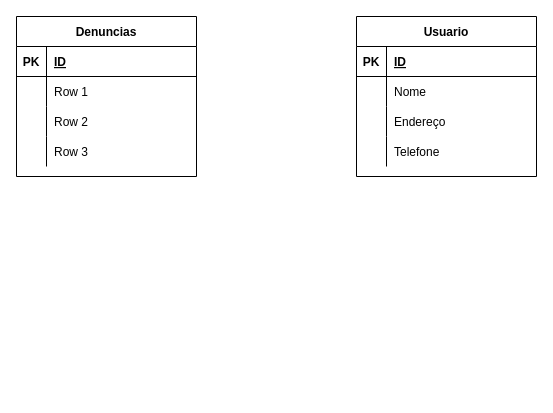
This is Untitled Diagram.drawio from michaelsanguinete/CompassFinalProject, a draw.io file, before an edit. Source tidied: cells renumbered, new cells numbered last; positions are measured from the earlier drawing's top-left corner, leaving out a move shared by most shapes. Both pictures are drawn from the tidied source at 100%, with x=0, y=0 at pixel (16, 16).
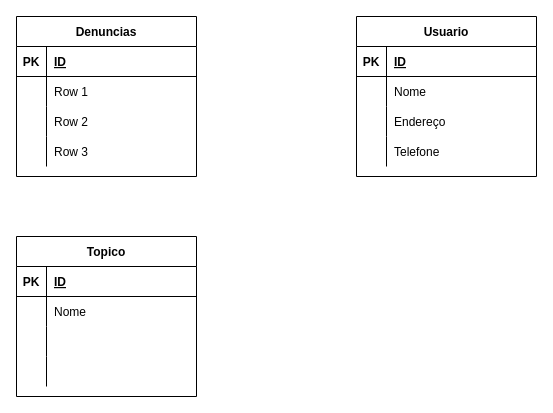
After the change.

The edit, as a diff of the source:
```diff
@@
+    <mxCell id="28" value="Topico" style="shape=table;startSize=30;childLayout=tableLayout;rowLines=0;fontStyle=1;align=center;" parent="1" vertex="1">
+      <mxGeometry y="220" width="180" height="160" as="geometry" />
+    </mxCell>
+    <mxCell id="29" style="shape=partialRectangle;fillColor=none;top=0;left=0;bottom=1;right=0;" parent="28" vertex="1">
+      <mxGeometry y="30" width="180" height="30" as="geometry" />
+    </mxCell>
+    <mxCell id="30" value="PK" style="shape=partialRectangle;fillColor=none;top=0;left=0;bottom=0;right=0;fontStyle=1;overflow=hidden;" parent="29" vertex="1">
+      <mxGeometry width="30" height="30" as="geometry" />
+    </mxCell>
+    <mxCell id="31" value="ID" style="shape=partialRectangle;fillColor=none;top=0;left=0;bottom=0;right=0;align=left;spacingLeft=6;fontStyle=5;overflow=hidden;" parent="29" vertex="1">
+      <mxGeometry x="30" width="150" height="30" as="geometry" />
+    </mxCell>
+    <mxCell id="32" style="shape=partialRectangle;fillColor=none;top=0;left=0;bottom=0;right=0;" parent="28" vertex="1">
+      <mxGeometry y="60" width="180" height="30" as="geometry" />
+    </mxCell>
+    <mxCell id="33" style="shape=partialRectangle;fillColor=none;top=0;left=0;bottom=0;right=0;overflow=hidden;" parent="32" vertex="1">
+      <mxGeometry width="30" height="30" as="geometry" />
+    </mxCell>
+    <mxCell id="34" value="Nome" style="shape=partialRectangle;fillColor=none;top=0;left=0;bottom=0;right=0;align=left;spacingLeft=6;overflow=hidden;" parent="32" vertex="1">
+      <mxGeometry x="30" width="150" height="30" as="geometry" />
+    </mxCell>
+    <mxCell id="35" style="shape=partialRectangle;fillColor=none;top=0;left=0;bottom=0;right=0;" parent="28" vertex="1">
+      <mxGeometry y="90" width="180" height="30" as="geometry" />
+    </mxCell>
+    <mxCell id="36" style="shape=partialRectangle;fillColor=none;top=0;left=0;bottom=0;right=0;overflow=hidden;" parent="35" vertex="1">
+      <mxGeometry width="30" height="30" as="geometry" />
+    </mxCell>
+    <mxCell id="37" style="shape=partialRectangle;fillColor=none;top=0;left=0;bottom=0;right=0;align=left;spacingLeft=6;overflow=hidden;" parent="35" vertex="1">
+      <mxGeometry x="30" width="150" height="30" as="geometry" />
+    </mxCell>
+    <mxCell id="38" style="shape=partialRectangle;fillColor=none;top=0;left=0;bottom=0;right=0;" parent="28" vertex="1">
+      <mxGeometry y="120" width="180" height="30" as="geometry" />
+    </mxCell>
+    <mxCell id="39" style="shape=partialRectangle;fillColor=none;top=0;left=0;bottom=0;right=0;overflow=hidden;" parent="38" vertex="1">
+      <mxGeometry width="30" height="30" as="geometry" />
+    </mxCell>
+    <mxCell id="40" style="shape=partialRectangle;fillColor=none;top=0;left=0;bottom=0;right=0;align=left;spacingLeft=6;overflow=hidden;" parent="38" vertex="1">
+      <mxGeometry x="30" width="150" height="30" as="geometry" />
+    </mxCell>
```
